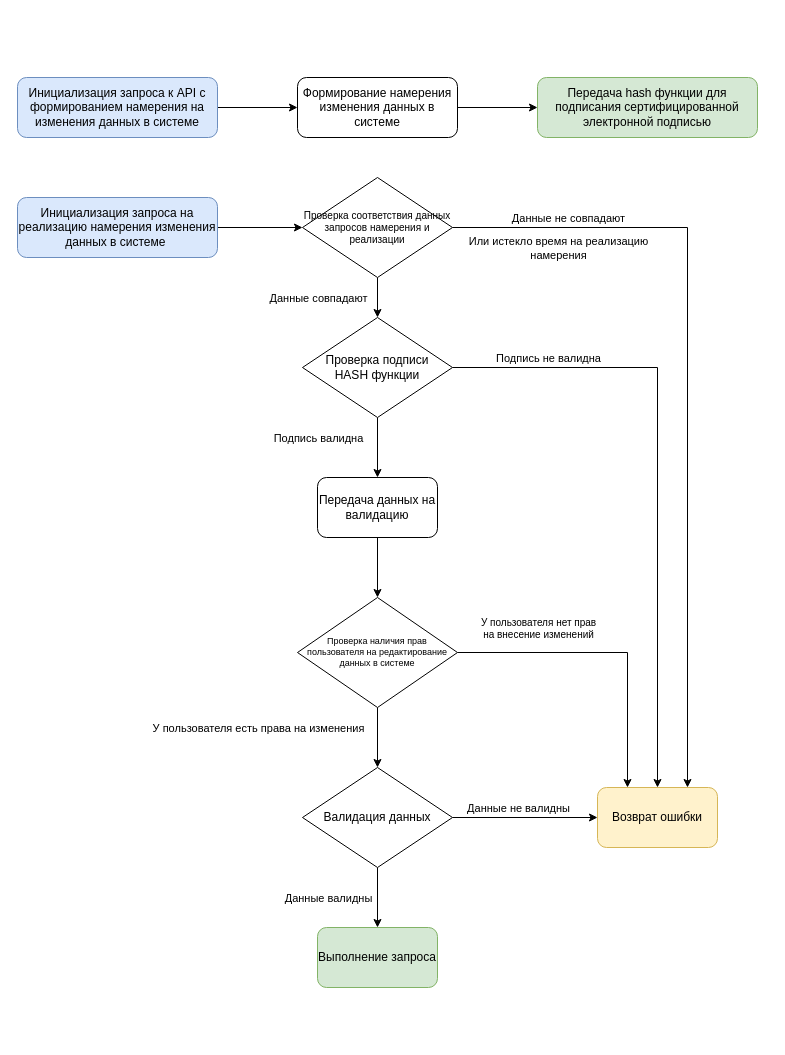
Earlier version of the draw.io diagram page "Схема авторизированного запроса" (1 of 2) of Untitled Diagram.drawio (SunBro-Marko/SunBro-Marko). Source tidied: cells renumbered, new cells numbered last; positions are measured from the earlier drawing's top-left corner, leaving out a move shared by most shapes. Both pictures are drawn from the tidied source at 100%, with x=0, y=0 at pixel (17, 77).
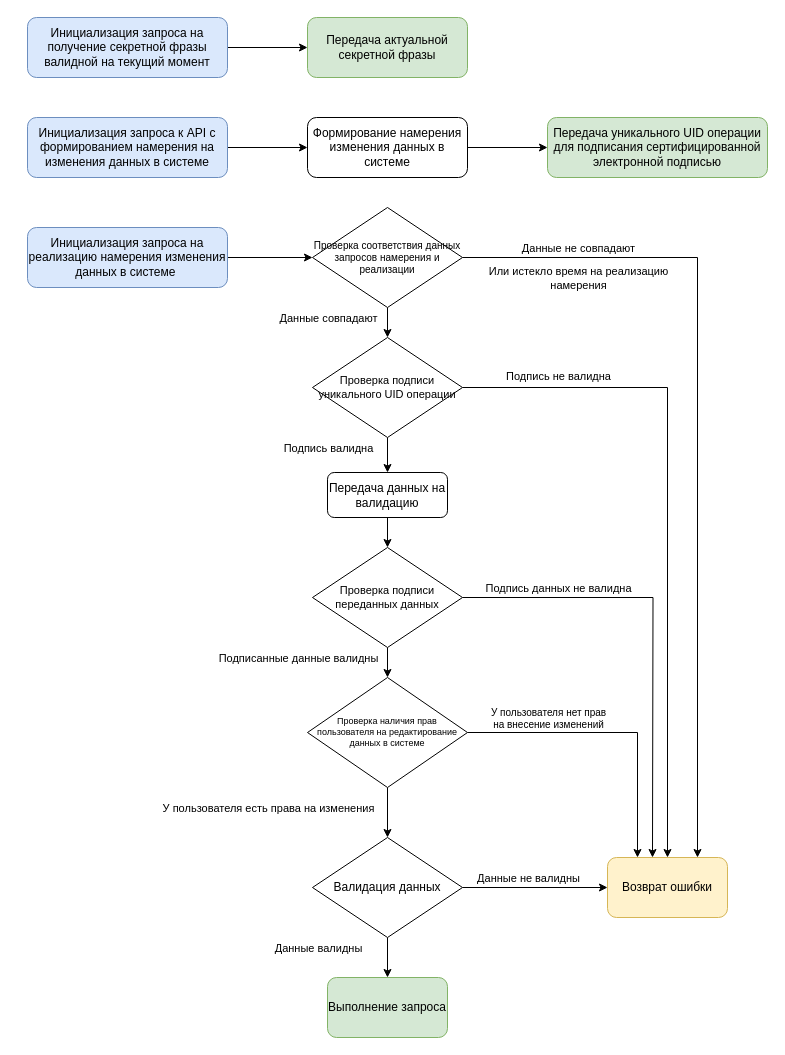
After the change.

The change refers to these unchanged cells:
```xml
<mxCell id="7" style="edgeStyle=orthogonalEdgeStyle;rounded=0;jettySize=auto;html=1;verticalAlign=bottom;" parent="1" edge="1" source="17" target="3">
  <mxGeometry relative="1" as="geometry" />
</mxCell>
```

Diff of the diagram source:
```diff
@@
-    <mxCell id="2" style="edgeStyle=orthogonalEdgeStyle;rounded=0;jettySize=auto;html=1;entryX=0.5;entryY=0;entryDx=0;entryDy=0;fontSize=9;verticalAlign=bottom;" parent="1" edge="1" source="3" target="30">
-      <mxGeometry relative="1" as="geometry" />
-    </mxCell>
+    <mxCell id="34" style="edgeStyle=orthogonalEdgeStyle;rounded=0;jettySize=auto;html=1;entryX=0.5;entryY=0;entryDx=0;entryDy=0;fontSize=11;verticalAlign=bottom;" parent="1" edge="1" source="3" target="42">
+      <mxGeometry relative="1" as="geometry" />
+    </mxCell>
     <mxCell id="3" value="Передача данных на валидацию" style="rounded=1;whiteSpace=wrap;html=1;" parent="1" vertex="1">
-      <mxGeometry x="300" y="400" width="120" height="60" as="geometry" />
+      <mxGeometry x="310" y="395" width="120" height="45" as="geometry" />
     </mxCell>
-    <mxCell id="4" value="Передача hash функции для подписания сертифицированной электронной подписью" style="rounded=1;whiteSpace=wrap;html=1;fillColor=#d5e8d4;strokeColor=#82b366;" parent="1" vertex="1">
-      <mxGeometry x="520" width="220" height="60" as="geometry" />
+    <mxCell id="4" value="Передача уникального UID операции для подписания сертифицированной электронной подписью" style="rounded=1;whiteSpace=wrap;html=1;fillColor=#d5e8d4;strokeColor=#82b366;" parent="1" vertex="1">
+      <mxGeometry x="530" y="40" width="220" height="60" as="geometry" />
     </mxCell>
@@
     <mxCell id="6" value="Формирование намерения изменения данных в системе" style="rounded=1;whiteSpace=wrap;html=1;" parent="1" vertex="1">
-      <mxGeometry x="280" width="160" height="60" as="geometry" />
+      <mxGeometry x="290" y="40" width="160" height="60" as="geometry" />
     </mxCell>
@@
     <mxCell id="8" value="Подпись валидна" style="edgeLabel;html=1;align=center;verticalAlign=middle;" parent="7" vertex="1">
       <mxGeometry x="-0.7" y="-1" relative="1" as="geometry">
-        <mxPoint x="-59" y="11" as="offset" />
+        <mxPoint x="-59" y="3" as="offset" />
       </mxGeometry>
     </mxCell>
     <mxCell id="9" value="У пользователя есть права на изменения" style="edgeLabel;html=1;align=center;verticalAlign=middle;" parent="7" vertex="1">
       <mxGeometry x="-0.7" y="-1" relative="1" as="geometry">
-        <mxPoint x="-119" y="301" as="offset" />
+        <mxPoint x="-119" y="363" as="offset" />
       </mxGeometry>
     </mxCell>
     <mxCell id="10" value="Данные валидны" style="edgeLabel;html=1;align=center;verticalAlign=middle;" parent="7" vertex="1">
       <mxGeometry x="-0.7" y="-1" relative="1" as="geometry">
-        <mxPoint x="-49" y="471" as="offset" />
+        <mxPoint x="-69" y="503" as="offset" />
       </mxGeometry>
     </mxCell>
     <mxCell id="11" value="Данные не валидны" style="edgeLabel;html=1;align=center;verticalAlign=middle;" parent="7" vertex="1">
       <mxGeometry x="-0.7" y="-1" relative="1" as="geometry">
-        <mxPoint x="141" y="381" as="offset" />
+        <mxPoint x="141" y="433" as="offset" />
       </mxGeometry>
     </mxCell>
@@
     <mxCell id="13" value="Данные не совпадают" style="edgeLabel;html=1;align=center;verticalAlign=middle;" parent="7" vertex="1">
       <mxGeometry x="-0.7" y="-1" relative="1" as="geometry">
-        <mxPoint x="191" y="-209" as="offset" />
+        <mxPoint x="191" y="-197" as="offset" />
       </mxGeometry>
     </mxCell>
     <mxCell id="14" value="Или истекло время на реализацию&lt;br&gt;намерения" style="edgeLabel;html=1;align=center;verticalAlign=middle;" parent="7" vertex="1">
       <mxGeometry x="-0.7" y="-1" relative="1" as="geometry">
-        <mxPoint x="181" y="-179" as="offset" />
+        <mxPoint x="191" y="-167" as="offset" />
       </mxGeometry>
     </mxCell>
     <mxCell id="15" value="Данные совпадают" style="edgeLabel;html=1;align=center;verticalAlign=middle;" parent="7" vertex="1">
       <mxGeometry x="-0.7" y="-1" relative="1" as="geometry">
-        <mxPoint x="-59" y="-129" as="offset" />
+        <mxPoint x="-59" y="-127" as="offset" />
       </mxGeometry>
     </mxCell>
+    <mxCell id="35" value="Подписанные данные валидны" style="edgeLabel;html=1;align=center;verticalAlign=middle;" parent="7" vertex="1">
+      <mxGeometry x="-0.7" y="-1" relative="1" as="geometry">
+        <mxPoint x="-89" y="213" as="offset" />
+      </mxGeometry>
+    </mxCell>
+    <mxCell id="36" value="Подпись данных не валидна" style="edgeLabel;html=1;align=center;verticalAlign=middle;" parent="7" vertex="1">
+      <mxGeometry x="-0.7" y="-1" relative="1" as="geometry">
+        <mxPoint x="171" y="143" as="offset" />
+      </mxGeometry>
+    </mxCell>
     <mxCell id="16" style="edgeStyle=orthogonalEdgeStyle;rounded=0;jettySize=auto;html=1;fontSize=10;verticalAlign=bottom;" parent="1" edge="1" source="17" target="26">
       <mxGeometry relative="1" as="geometry">
         <Array as="points">
-          <mxPoint x="640" y="290" />
+          <mxPoint x="650" y="310" />
         </Array>
       </mxGeometry>
     </mxCell>
-    <mxCell id="17" value="Проверка подписи&lt;br&gt;HASH функции" style="rhombus;whiteSpace=wrap;html=1;" parent="1" vertex="1">
-      <mxGeometry x="285" y="240" width="150" height="100" as="geometry" />
+    <mxCell id="17" value="Проверка подписи&lt;br style=&quot;font-size: 11px;&quot;&gt;уникального UID операции" style="rhombus;whiteSpace=wrap;html=1;fontSize=11;" parent="1" vertex="1">
+      <mxGeometry x="295" y="260" width="150" height="100" as="geometry" />
     </mxCell>
@@
     <mxCell id="19" value="Инициализация запроса к API с формированием намерения на изменения данных в системе" style="rounded=1;whiteSpace=wrap;html=1;fillColor=#dae8fc;strokeColor=#6c8ebf;" parent="1" vertex="1">
-      <mxGeometry width="200" height="60" as="geometry" />
+      <mxGeometry x="10" y="40" width="200" height="60" as="geometry" />
     </mxCell>
@@
     <mxCell id="21" value="Инициализация запроса на реализацию намерения изменения данных в системе&amp;nbsp;" style="rounded=1;whiteSpace=wrap;html=1;fillColor=#dae8fc;strokeColor=#6c8ebf;" parent="1" vertex="1">
-      <mxGeometry y="120" width="200" height="60" as="geometry" />
+      <mxGeometry x="10" y="150" width="200" height="60" as="geometry" />
     </mxCell>
@@
     <mxCell id="24" value="Валидация данных" style="rhombus;whiteSpace=wrap;html=1;" parent="1" vertex="1">
-      <mxGeometry x="285" y="690" width="150" height="100" as="geometry" />
+      <mxGeometry x="295" y="760" width="150" height="100" as="geometry" />
     </mxCell>
     <mxCell id="25" value="Выполнение запроса" style="rounded=1;whiteSpace=wrap;html=1;fillColor=#d5e8d4;strokeColor=#82b366;" parent="1" vertex="1">
-      <mxGeometry x="300" y="850" width="120" height="60" as="geometry" />
+      <mxGeometry x="310" y="900" width="120" height="60" as="geometry" />
     </mxCell>
     <mxCell id="26" value="Возврат ошибки" style="rounded=1;whiteSpace=wrap;html=1;fillColor=#fff2cc;strokeColor=#d6b656;" parent="1" vertex="1">
-      <mxGeometry x="580" y="710" width="120" height="60" as="geometry" />
+      <mxGeometry x="590" y="780" width="120" height="60" as="geometry" />
     </mxCell>
@@
     <mxCell id="28" style="edgeStyle=orthogonalEdgeStyle;rounded=0;jettySize=auto;html=1;fontSize=10;verticalAlign=bottom;" parent="1" edge="1" source="30" target="26">
       <mxGeometry relative="1" as="geometry">
         <Array as="points">
-          <mxPoint x="610" y="575" />
+          <mxPoint x="620" y="655" />
         </Array>
       </mxGeometry>
     </mxCell>
     <mxCell id="29" value="У пользователя нет прав&lt;br&gt;на внесение изменений" style="edgeLabel;html=1;align=center;verticalAlign=middle;fontSize=10;" parent="28" vertex="1">
       <mxGeometry x="0.61" y="2" relative="1" as="geometry">
-        <mxPoint x="-92" y="-101" as="offset" />
+        <mxPoint x="-92" y="-82" as="offset" />
       </mxGeometry>
     </mxCell>
     <mxCell id="30" value="Проверка наличия прав пользователя на редактирование данных в системе" style="rhombus;whiteSpace=wrap;html=1;fontSize=9;" parent="1" vertex="1">
-      <mxGeometry x="280" y="520" width="160" height="110" as="geometry" />
+      <mxGeometry x="290" y="600" width="160" height="110" as="geometry" />
     </mxCell>
@@
     <mxCell id="32" style="edgeStyle=orthogonalEdgeStyle;rounded=0;jettySize=auto;html=1;entryX=0.75;entryY=0;entryDx=0;entryDy=0;fontSize=10;verticalAlign=bottom;" parent="1" edge="1" source="33" target="26">
-      <mxGeometry relative="1" as="geometry" />
+      <mxGeometry relative="1" as="geometry">
+        <Array as="points">
+          <mxPoint x="680" y="180" />
+        </Array>
+      </mxGeometry>
     </mxCell>
     <mxCell id="33" value="Проверка соответствия данных запросов намерения и реализации" style="rhombus;whiteSpace=wrap;html=1;fontSize=10;" parent="1" vertex="1">
-      <mxGeometry x="285" y="100" width="150" height="100" as="geometry" />
+      <mxGeometry x="295" y="130" width="150" height="100" as="geometry" />
     </mxCell>
+    <mxCell id="37" style="edgeStyle=orthogonalEdgeStyle;rounded=0;jettySize=auto;html=1;fontSize=10;verticalAlign=bottom;" parent="1" edge="1" source="38" target="39">
+      <mxGeometry relative="1" as="geometry" />
+    </mxCell>
+    <mxCell id="38" value="Инициализация запроса на получение секретной фразы валидной на текущий момент" style="rounded=1;whiteSpace=wrap;html=1;fillColor=#dae8fc;strokeColor=#6c8ebf;" parent="1" vertex="1">
+      <mxGeometry x="10" y="-60" width="200" height="60" as="geometry" />
+    </mxCell>
+    <mxCell id="39" value="Передача актуальной секретной фразы" style="rounded=1;whiteSpace=wrap;html=1;fillColor=#d5e8d4;strokeColor=#82b366;" parent="1" vertex="1">
+      <mxGeometry x="290" y="-60" width="160" height="60" as="geometry" />
+    </mxCell>
+    <mxCell id="40" style="edgeStyle=orthogonalEdgeStyle;rounded=0;jettySize=auto;html=1;fontSize=11;verticalAlign=bottom;" parent="1" edge="1" source="42" target="30">
+      <mxGeometry relative="1" as="geometry" />
+    </mxCell>
+    <mxCell id="41" style="edgeStyle=orthogonalEdgeStyle;rounded=0;jettySize=auto;html=1;fontSize=11;verticalAlign=bottom;" parent="1" edge="1" source="42">
+      <mxGeometry relative="1" as="geometry">
+        <mxPoint x="635" y="780" as="targetPoint" />
+      </mxGeometry>
+    </mxCell>
+    <mxCell id="42" value="Проверка подписи переданных данных" style="rhombus;whiteSpace=wrap;html=1;fontSize=11;" parent="1" vertex="1">
+      <mxGeometry x="295" y="470" width="150" height="100" as="geometry" />
+    </mxCell>
```
